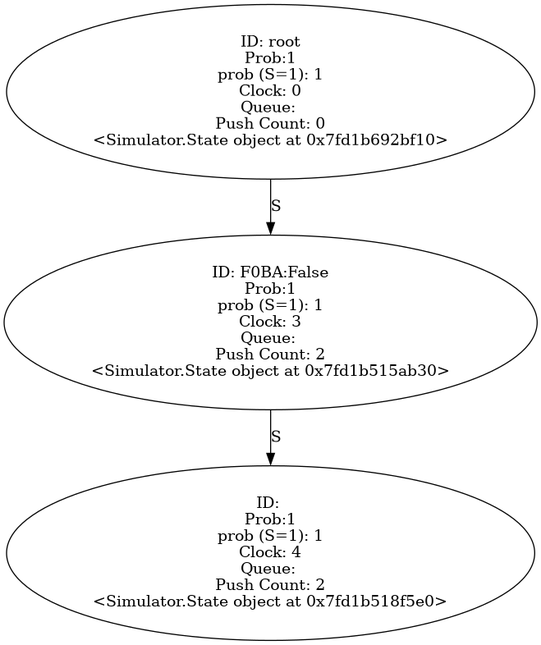
YasinBoloorchi/WARP-Simulator keeps this Graphviz diagram as Output/two_pulls.wrp.gv.png. Above is the earlier version. Its source is kept beside it as Output/two_pulls.wrp.gv.
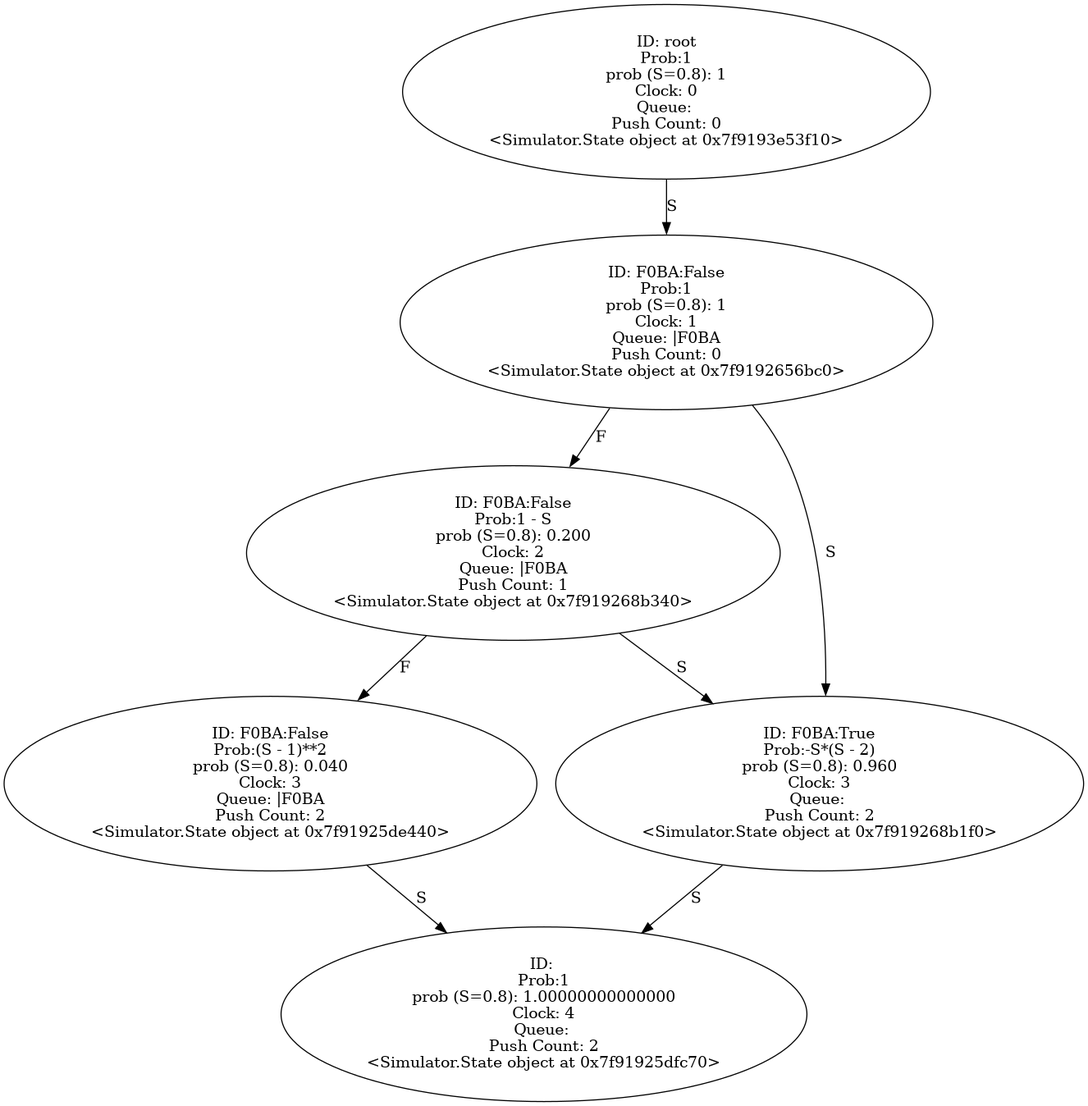
The same diagram one commit later.

Commit message:
Fixed the push_count issue

The edit, as a diff of the source:
```diff
@@ -1,25 +1,51 @@
 digraph "./Output/two_pulls.wrp" {
-	<Simulator.State object at 0x7fd1b692bf10> [label="ID: root
+	<Simulator.State object at 0x7f9193e53f10> [label="ID: root
 Prob:1
-prob (S=1): 1
+prob (S=0.8): 1
 Clock: 0
 Queue:
 Push Count: 0
-<Simulator.State object at 0x7fd1b692bf10>"]
-	<Simulator.State object at 0x7fd1b692bf10> -> <Simulator.State object at 0x7fd1b515ab30> [label=S]
-	<Simulator.State object at 0x7fd1b515ab30> [label="ID: F0BA:False
+<Simulator.State object at 0x7f9193e53f10>"]
+	<Simulator.State object at 0x7f9193e53f10> -> <Simulator.State object at 0x7f9192656bc0> [label=S]
+	<Simulator.State object at 0x7f9192656bc0> [label="ID: F0BA:False
 Prob:1
-prob (S=1): 1
+prob (S=0.8): 1
+Clock: 1
+Queue: |F0BA
+Push Count: 0
+<Simulator.State object at 0x7f9192656bc0>"]
+	<Simulator.State object at 0x7f9192656bc0> -> <Simulator.State object at 0x7f919268b340> [label=F]
+	<Simulator.State object at 0x7f9192656bc0> -> <Simulator.State object at 0x7f919268b1f0> [label=S]
+	<Simulator.State object at 0x7f919268b340> [label="ID: F0BA:False
+Prob:1 - S
+prob (S=0.8): 0.200
+Clock: 2
+Queue: |F0BA
+Push Count: 1
+<Simulator.State object at 0x7f919268b340>"]
+	<Simulator.State object at 0x7f919268b340> -> <Simulator.State object at 0x7f91925de440> [label=F]
+	<Simulator.State object at 0x7f919268b340> -> <Simulator.State object at 0x7f919268b1f0> [label=S]
+	<Simulator.State object at 0x7f919268b1f0> [label="ID: F0BA:True
+Prob:-S*(S - 2)
+prob (S=0.8): 0.960
 Clock: 3
 Queue:
 Push Count: 2
-<Simulator.State object at 0x7fd1b515ab30>"]
-	<Simulator.State object at 0x7fd1b515ab30> -> <Simulator.State object at 0x7fd1b518f5e0> [label=S]
-	<Simulator.State object at 0x7fd1b518f5e0> [label="ID:
+<Simulator.State object at 0x7f919268b1f0>"]
+	<Simulator.State object at 0x7f919268b1f0> -> <Simulator.State object at 0x7f91925dfc70> [label=S]
+	<Simulator.State object at 0x7f91925de440> [label="ID: F0BA:False
+Prob:(S - 1)**2
+prob (S=0.8): 0.040
+Clock: 3
+Queue: |F0BA
+Push Count: 2
+<Simulator.State object at 0x7f91925de440>"]
+	<Simulator.State object at 0x7f91925de440> -> <Simulator.State object at 0x7f91925dfc70> [label=S]
+	<Simulator.State object at 0x7f91925dfc70> [label="ID:
 Prob:1
-prob (S=1): 1
+prob (S=0.8): 1.00000000000000
 Clock: 4
 Queue:
 Push Count: 2
-<Simulator.State object at 0x7fd1b518f5e0>"]
+<Simulator.State object at 0x7f91925dfc70>"]
 }
```
